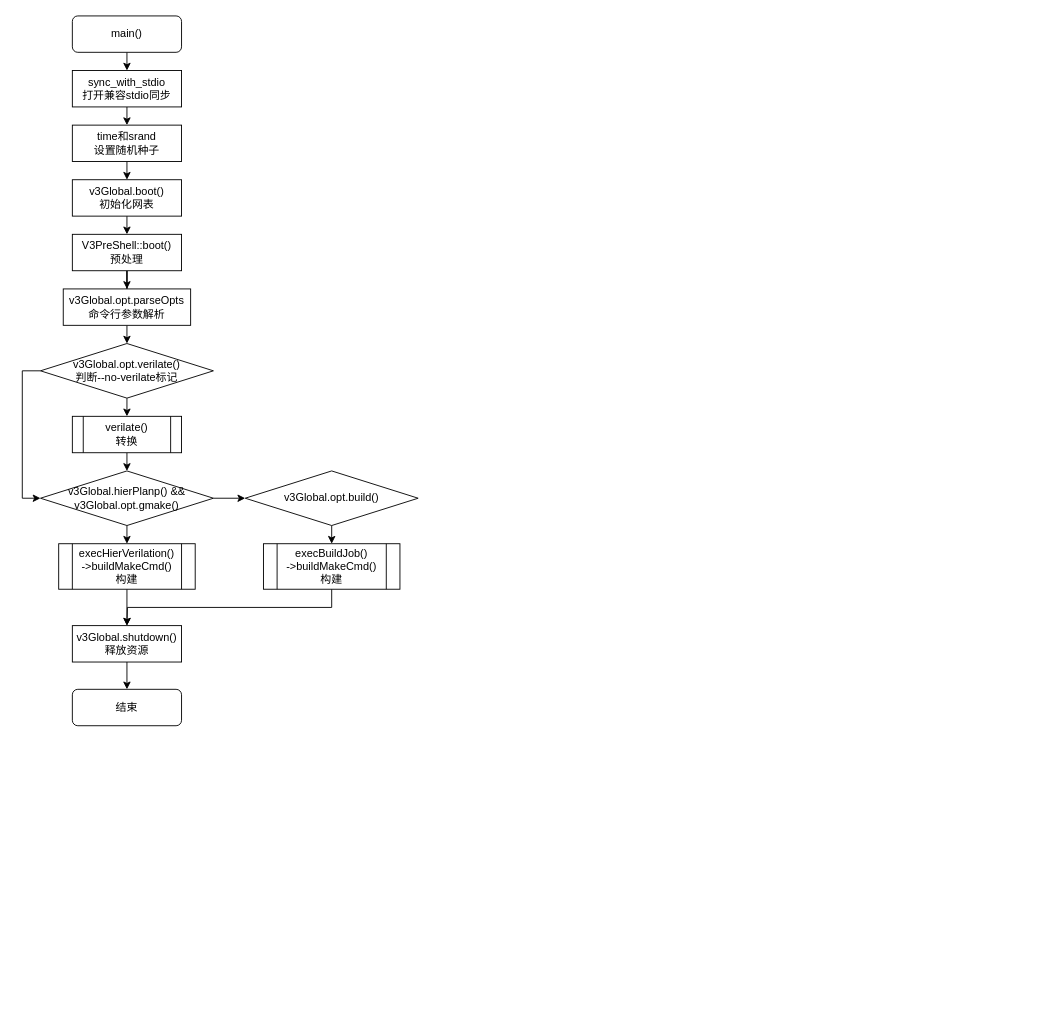
Earlier version of the draw.io diagram main().drawio (Dercury/CLDK). Source tidied: cells renumbered, new cells numbered last; positions are measured from the earlier drawing's top-left corner, leaving out a move shared by most shapes. Both pictures are drawn from the tidied source at 91%, with x=0, y=0 at pixel (40, 15).
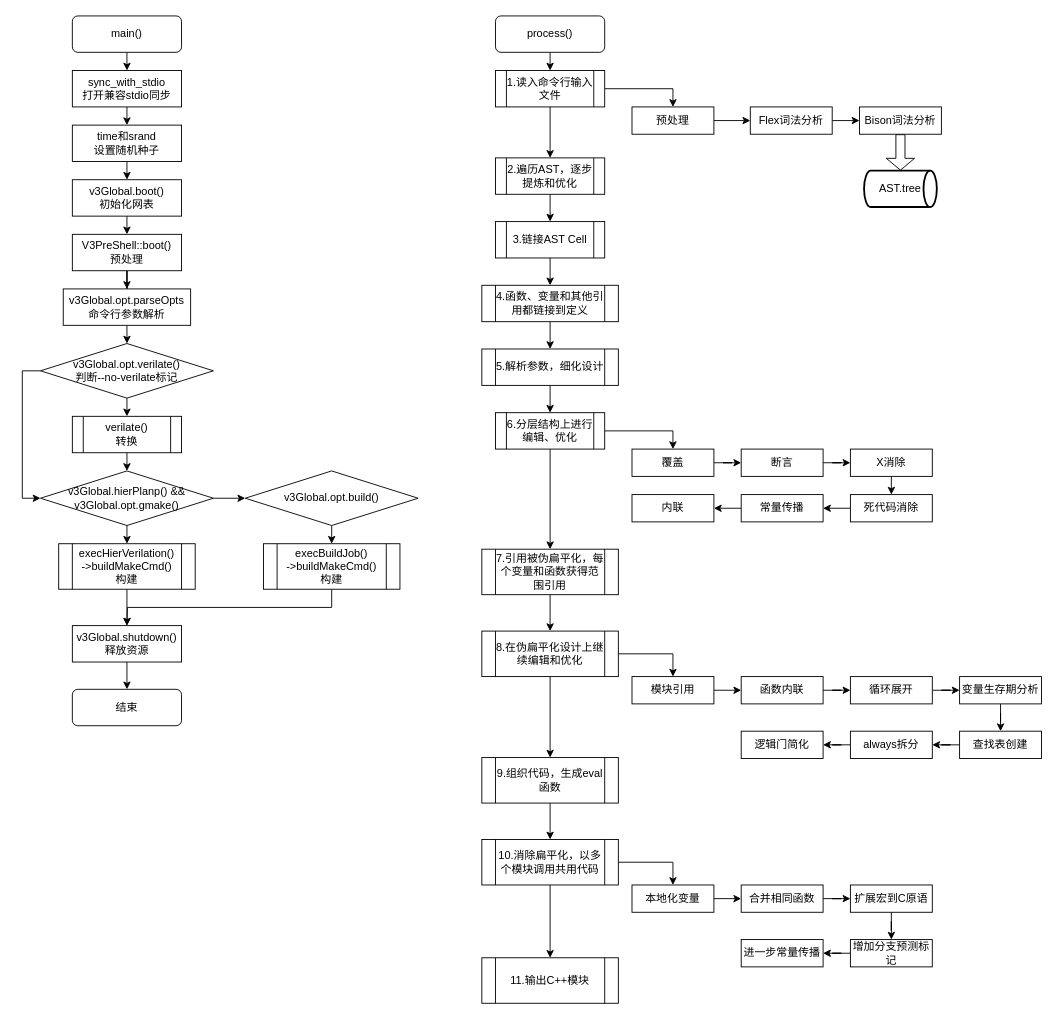
The same page after the edit.

Diff of the diagram source:
```diff
@@
+    <mxCell id="31" style="edgeStyle=orthogonalEdgeStyle;rounded=0;jettySize=auto;html=1;exitX=1;exitY=0.5;exitDx=0;exitDy=0;entryX=0.5;entryY=0;entryDx=0;entryDy=0;" parent="1" edge="1" source="39" target="33">
+      <mxGeometry relative="1" as="geometry" />
+    </mxCell>
+    <mxCell id="32" style="edgeStyle=orthogonalEdgeStyle;rounded=0;jettySize=auto;html=1;exitX=1;exitY=0.5;exitDx=0;exitDy=0;entryX=0;entryY=0.5;entryDx=0;entryDy=0;" parent="1" edge="1" source="33" target="35">
+      <mxGeometry relative="1" as="geometry" />
+    </mxCell>
+    <mxCell id="33" value="预处理" style="rounded=0;whiteSpace=wrap;html=1;" parent="1" vertex="1">
+      <mxGeometry x="650" y="100" width="90" height="30" as="geometry" />
+    </mxCell>
+    <mxCell id="34" style="edgeStyle=orthogonalEdgeStyle;rounded=0;jettySize=auto;html=1;exitX=1;exitY=0.5;exitDx=0;exitDy=0;entryX=0;entryY=0.5;entryDx=0;entryDy=0;" parent="1" edge="1" source="35" target="37">
+      <mxGeometry relative="1" as="geometry" />
+    </mxCell>
+    <mxCell id="35" value="Flex词法分析" style="rounded=0;whiteSpace=wrap;html=1;" parent="1" vertex="1">
+      <mxGeometry x="780" y="100" width="90" height="30" as="geometry" />
+    </mxCell>
+    <mxCell id="36" style="edgeStyle=orthogonalEdgeStyle;rounded=0;jettySize=auto;html=1;exitX=0.5;exitY=1;exitDx=0;exitDy=0;entryX=0.5;entryY=0;entryDx=0;entryDy=0;entryPerimeter=0;shape=flexArrow;endSize=4;startSize=4;strokeWidth=1;" parent="1" edge="1" source="37" target="40">
+      <mxGeometry relative="1" as="geometry" />
+    </mxCell>
+    <mxCell id="37" value="Bison词法分析" style="rounded=0;whiteSpace=wrap;html=1;" parent="1" vertex="1">
+      <mxGeometry x="900" y="100" width="90" height="30" as="geometry" />
+    </mxCell>
+    <mxCell id="38" style="edgeStyle=orthogonalEdgeStyle;rounded=0;jettySize=auto;html=1;exitX=0.5;exitY=1;exitDx=0;exitDy=0;strokeWidth=1;" parent="1" edge="1" source="39" target="42">
+      <mxGeometry relative="1" as="geometry" />
+    </mxCell>
+    <mxCell id="39" value="&lt;span&gt;1.读入命令行输入文件&lt;/span&gt;" style="shape=process;whiteSpace=wrap;html=1;backgroundOutline=1;" parent="1" vertex="1">
+      <mxGeometry x="500" y="60" width="120" height="40" as="geometry" />
+    </mxCell>
+    <mxCell id="40" value="AST.tree" style="strokeWidth=2;html=1;shape=mxgraph.flowchart.direct_data;whiteSpace=wrap;" parent="1" vertex="1">
+      <mxGeometry x="905" y="170" width="80" height="40" as="geometry" />
+    </mxCell>
+    <mxCell id="41" style="edgeStyle=orthogonalEdgeStyle;rounded=0;jettySize=auto;html=1;exitX=0.5;exitY=1;exitDx=0;exitDy=0;entryX=0.5;entryY=0;entryDx=0;entryDy=0;strokeWidth=1;" parent="1" edge="1" source="42" target="44">
+      <mxGeometry relative="1" as="geometry" />
+    </mxCell>
+    <mxCell id="42" value="&lt;span&gt;2.遍历AST，逐步提炼和优化&lt;/span&gt;" style="shape=process;whiteSpace=wrap;html=1;backgroundOutline=1;" parent="1" vertex="1">
+      <mxGeometry x="500" y="156" width="120" height="40" as="geometry" />
+    </mxCell>
+    <mxCell id="43" style="edgeStyle=orthogonalEdgeStyle;rounded=0;jettySize=auto;html=1;exitX=0.5;exitY=1;exitDx=0;exitDy=0;entryX=0.5;entryY=0;entryDx=0;entryDy=0;strokeWidth=1;" parent="1" edge="1" source="44" target="46">
+      <mxGeometry relative="1" as="geometry" />
+    </mxCell>
+    <mxCell id="44" value="&lt;span&gt;3.&lt;/span&gt;链接&lt;span&gt;AST Cell&lt;/span&gt;" style="shape=process;whiteSpace=wrap;html=1;backgroundOutline=1;" parent="1" vertex="1">
+      <mxGeometry x="500" y="226" width="120" height="40" as="geometry" />
+    </mxCell>
+    <mxCell id="45" style="edgeStyle=orthogonalEdgeStyle;rounded=0;jettySize=auto;html=1;exitX=0.5;exitY=1;exitDx=0;exitDy=0;entryX=0.5;entryY=0;entryDx=0;entryDy=0;strokeWidth=1;" parent="1" edge="1" source="46" target="50">
+      <mxGeometry relative="1" as="geometry" />
+    </mxCell>
+    <mxCell id="46" value="&lt;span&gt;4.函数、变量和其他引用都链接到定义&lt;/span&gt;" style="shape=process;whiteSpace=wrap;html=1;backgroundOutline=1;" parent="1" vertex="1">
+      <mxGeometry x="485" y="296" width="150" height="40" as="geometry" />
+    </mxCell>
+    <mxCell id="47" style="edgeStyle=orthogonalEdgeStyle;rounded=0;jettySize=auto;html=1;exitX=0.5;exitY=1;exitDx=0;exitDy=0;entryX=0.5;entryY=0;entryDx=0;entryDy=0;strokeWidth=1;" parent="1" edge="1" source="48" target="39">
+      <mxGeometry relative="1" as="geometry" />
+    </mxCell>
+    <mxCell id="48" value="process()" style="rounded=1;whiteSpace=wrap;html=1;fontSize=12;glass=0;strokeWidth=1;shadow=0;" parent="1" vertex="1">
+      <mxGeometry x="500" width="120" height="40" as="geometry" />
+    </mxCell>
+    <mxCell id="49" style="edgeStyle=orthogonalEdgeStyle;rounded=0;jettySize=auto;html=1;exitX=0.5;exitY=1;exitDx=0;exitDy=0;entryX=0.5;entryY=0;entryDx=0;entryDy=0;strokeWidth=1;" parent="1" edge="1" source="50" target="53">
+      <mxGeometry relative="1" as="geometry" />
+    </mxCell>
+    <mxCell id="50" value="&lt;span&gt;5.解析参数，细化设计&lt;/span&gt;" style="shape=process;whiteSpace=wrap;html=1;backgroundOutline=1;" parent="1" vertex="1">
+      <mxGeometry x="485" y="366" width="150" height="40" as="geometry" />
+    </mxCell>
+    <mxCell id="51" style="edgeStyle=orthogonalEdgeStyle;rounded=0;jettySize=auto;html=1;exitX=1;exitY=0.5;exitDx=0;exitDy=0;entryX=0.5;entryY=0;entryDx=0;entryDy=0;strokeWidth=1;" parent="1" edge="1" source="53" target="55">
+      <mxGeometry relative="1" as="geometry" />
+    </mxCell>
+    <mxCell id="52" style="edgeStyle=orthogonalEdgeStyle;rounded=0;jettySize=auto;html=1;exitX=0.5;exitY=1;exitDx=0;exitDy=0;entryX=0.5;entryY=0;entryDx=0;entryDy=0;strokeWidth=1;" parent="1" edge="1" source="53" target="66">
+      <mxGeometry relative="1" as="geometry" />
+    </mxCell>
+    <mxCell id="53" value="6.分层结构上进行编辑、优化" style="shape=process;whiteSpace=wrap;html=1;backgroundOutline=1;" parent="1" vertex="1">
+      <mxGeometry x="500" y="436" width="120" height="40" as="geometry" />
+    </mxCell>
+    <mxCell id="54" style="edgeStyle=orthogonalEdgeStyle;rounded=0;jettySize=auto;html=1;exitX=1;exitY=0.5;exitDx=0;exitDy=0;strokeWidth=1;" parent="1" edge="1" source="55" target="58">
+      <mxGeometry relative="1" as="geometry" />
+    </mxCell>
+    <mxCell id="55" value="覆盖" style="rounded=0;whiteSpace=wrap;html=1;" parent="1" vertex="1">
+      <mxGeometry x="650" y="476" width="90" height="30" as="geometry" />
+    </mxCell>
+    <mxCell id="56" value="内联" style="rounded=0;whiteSpace=wrap;html=1;" parent="1" vertex="1">
+      <mxGeometry x="650" y="526" width="90" height="30" as="geometry" />
+    </mxCell>
+    <mxCell id="57" style="edgeStyle=orthogonalEdgeStyle;rounded=0;jettySize=auto;html=1;exitX=1;exitY=0.5;exitDx=0;exitDy=0;strokeWidth=1;" parent="1" edge="1" source="58" target="62">
+      <mxGeometry relative="1" as="geometry" />
+    </mxCell>
+    <mxCell id="58" value="断言" style="rounded=0;whiteSpace=wrap;html=1;" parent="1" vertex="1">
+      <mxGeometry x="770" y="476" width="90" height="30" as="geometry" />
+    </mxCell>
+    <mxCell id="59" style="edgeStyle=orthogonalEdgeStyle;rounded=0;jettySize=auto;html=1;exitX=0;exitY=0.5;exitDx=0;exitDy=0;entryX=1;entryY=0.5;entryDx=0;entryDy=0;strokeWidth=1;" parent="1" edge="1" source="60" target="56">
+      <mxGeometry relative="1" as="geometry" />
+    </mxCell>
+    <mxCell id="60" value="常量传播" style="rounded=0;whiteSpace=wrap;html=1;" parent="1" vertex="1">
+      <mxGeometry x="770" y="526" width="90" height="30" as="geometry" />
+    </mxCell>
+    <mxCell id="61" style="edgeStyle=orthogonalEdgeStyle;rounded=0;jettySize=auto;html=1;exitX=0.5;exitY=1;exitDx=0;exitDy=0;entryX=0.5;entryY=0;entryDx=0;entryDy=0;strokeWidth=1;" parent="1" edge="1" source="62" target="64">
+      <mxGeometry relative="1" as="geometry" />
+    </mxCell>
+    <mxCell id="62" value="X消除" style="rounded=0;whiteSpace=wrap;html=1;" parent="1" vertex="1">
+      <mxGeometry x="890" y="476" width="90" height="30" as="geometry" />
+    </mxCell>
+    <mxCell id="63" style="edgeStyle=orthogonalEdgeStyle;rounded=0;jettySize=auto;html=1;exitX=0;exitY=0.5;exitDx=0;exitDy=0;entryX=1;entryY=0.5;entryDx=0;entryDy=0;strokeWidth=1;" parent="1" edge="1" source="64" target="60">
+      <mxGeometry relative="1" as="geometry" />
+    </mxCell>
+    <mxCell id="64" value="死代码消除" style="rounded=0;whiteSpace=wrap;html=1;" parent="1" vertex="1">
+      <mxGeometry x="890" y="526" width="90" height="30" as="geometry" />
+    </mxCell>
+    <mxCell id="65" style="edgeStyle=orthogonalEdgeStyle;rounded=0;jettySize=auto;html=1;strokeWidth=1;" parent="1" edge="1" source="66" target="69">
+      <mxGeometry relative="1" as="geometry" />
+    </mxCell>
+    <mxCell id="66" value="&lt;span&gt;7.引用被伪扁平化，每个变量和函数获得范围引用&lt;/span&gt;" style="shape=process;whiteSpace=wrap;html=1;backgroundOutline=1;" parent="1" vertex="1">
+      <mxGeometry x="485" y="586" width="150" height="50" as="geometry" />
+    </mxCell>
+    <mxCell id="67" style="edgeStyle=orthogonalEdgeStyle;rounded=0;jettySize=auto;html=1;exitX=1;exitY=0.5;exitDx=0;exitDy=0;entryX=0.5;entryY=0;entryDx=0;entryDy=0;strokeWidth=1;" parent="1" edge="1" source="69" target="71">
+      <mxGeometry relative="1" as="geometry" />
+    </mxCell>
+    <mxCell id="68" style="edgeStyle=orthogonalEdgeStyle;rounded=0;jettySize=auto;html=1;exitX=0.5;exitY=1;exitDx=0;exitDy=0;entryX=0.5;entryY=0;entryDx=0;entryDy=0;strokeWidth=1;" parent="1" edge="1" source="69" target="84">
+      <mxGeometry relative="1" as="geometry" />
+    </mxCell>
+    <mxCell id="69" value="&lt;span&gt;8.在伪扁平化设计上继续编辑和优化&lt;/span&gt;" style="shape=process;whiteSpace=wrap;html=1;backgroundOutline=1;" parent="1" vertex="1">
+      <mxGeometry x="485" y="676" width="150" height="50" as="geometry" />
+    </mxCell>
+    <mxCell id="70" style="edgeStyle=orthogonalEdgeStyle;rounded=0;jettySize=auto;html=1;exitX=1;exitY=0.5;exitDx=0;exitDy=0;entryX=0;entryY=0.5;entryDx=0;entryDy=0;strokeWidth=1;" parent="1" edge="1" source="71" target="73">
+      <mxGeometry relative="1" as="geometry" />
+    </mxCell>
+    <mxCell id="71" value="模块引用" style="rounded=0;whiteSpace=wrap;html=1;" parent="1" vertex="1">
+      <mxGeometry x="650" y="726" width="90" height="30" as="geometry" />
+    </mxCell>
+    <mxCell id="72" style="edgeStyle=orthogonalEdgeStyle;rounded=0;jettySize=auto;html=1;exitX=1;exitY=0.5;exitDx=0;exitDy=0;strokeWidth=1;" parent="1" edge="1" source="73" target="75">
+      <mxGeometry relative="1" as="geometry" />
+    </mxCell>
+    <mxCell id="73" value="函数内联" style="rounded=0;whiteSpace=wrap;html=1;" parent="1" vertex="1">
+      <mxGeometry x="770" y="726" width="90" height="30" as="geometry" />
+    </mxCell>
+    <mxCell id="74" style="edgeStyle=orthogonalEdgeStyle;rounded=0;jettySize=auto;html=1;strokeWidth=1;" parent="1" edge="1" source="75" target="77">
+      <mxGeometry relative="1" as="geometry" />
+    </mxCell>
+    <mxCell id="75" value="循环展开" style="rounded=0;whiteSpace=wrap;html=1;" parent="1" vertex="1">
+      <mxGeometry x="890" y="726" width="90" height="30" as="geometry" />
+    </mxCell>
+    <mxCell id="76" style="edgeStyle=orthogonalEdgeStyle;rounded=0;jettySize=auto;html=1;strokeWidth=1;" parent="1" edge="1" source="77" target="79">
+      <mxGeometry relative="1" as="geometry" />
+    </mxCell>
+    <mxCell id="77" value="变量生存期分析" style="rounded=0;whiteSpace=wrap;html=1;" parent="1" vertex="1">
+      <mxGeometry x="1010" y="726" width="90" height="30" as="geometry" />
+    </mxCell>
+    <mxCell id="78" style="edgeStyle=orthogonalEdgeStyle;rounded=0;jettySize=auto;html=1;strokeWidth=1;" parent="1" edge="1" source="79" target="81">
+      <mxGeometry relative="1" as="geometry" />
+    </mxCell>
+    <mxCell id="79" value="查找表创建" style="rounded=0;whiteSpace=wrap;html=1;" parent="1" vertex="1">
+      <mxGeometry x="1010" y="786" width="90" height="30" as="geometry" />
+    </mxCell>
+    <mxCell id="80" style="edgeStyle=orthogonalEdgeStyle;rounded=0;jettySize=auto;html=1;strokeWidth=1;" parent="1" edge="1" source="81" target="82">
+      <mxGeometry relative="1" as="geometry" />
+    </mxCell>
+    <mxCell id="81" value="always拆分" style="rounded=0;whiteSpace=wrap;html=1;" parent="1" vertex="1">
+      <mxGeometry x="890" y="786" width="90" height="30" as="geometry" />
+    </mxCell>
+    <mxCell id="82" value="逻辑门简化" style="rounded=0;whiteSpace=wrap;html=1;" parent="1" vertex="1">
+      <mxGeometry x="770" y="786" width="90" height="30" as="geometry" />
+    </mxCell>
+    <mxCell id="83" style="edgeStyle=orthogonalEdgeStyle;rounded=0;jettySize=auto;html=1;exitX=0.5;exitY=1;exitDx=0;exitDy=0;entryX=0.5;entryY=0;entryDx=0;entryDy=0;strokeWidth=1;" parent="1" edge="1" source="84" target="87">
+      <mxGeometry relative="1" as="geometry" />
+    </mxCell>
+    <mxCell id="84" value="&lt;span&gt;9.组织代码，生成eval函数&lt;/span&gt;" style="shape=process;whiteSpace=wrap;html=1;backgroundOutline=1;" parent="1" vertex="1">
+      <mxGeometry x="485" y="815" width="150" height="50" as="geometry" />
+    </mxCell>
+    <mxCell id="85" style="edgeStyle=orthogonalEdgeStyle;rounded=0;jettySize=auto;html=1;exitX=0.5;exitY=1;exitDx=0;exitDy=0;entryX=0.5;entryY=0;entryDx=0;entryDy=0;strokeWidth=1;" parent="1" edge="1" source="87" target="88">
+      <mxGeometry relative="1" as="geometry" />
+    </mxCell>
+    <mxCell id="86" style="edgeStyle=orthogonalEdgeStyle;rounded=0;jettySize=auto;html=1;exitX=1;exitY=0.5;exitDx=0;exitDy=0;entryX=0.5;entryY=0;entryDx=0;entryDy=0;strokeWidth=1;" parent="1" edge="1" source="87" target="90">
+      <mxGeometry relative="1" as="geometry" />
+    </mxCell>
+    <mxCell id="87" value="&lt;span&gt;10.消除扁平化，以多个模块调用共用代码&lt;/span&gt;" style="shape=process;whiteSpace=wrap;html=1;backgroundOutline=1;" parent="1" vertex="1">
+      <mxGeometry x="485" y="905" width="150" height="50" as="geometry" />
+    </mxCell>
+    <mxCell id="88" value="&lt;span&gt;11.输出C++模块&lt;/span&gt;" style="shape=process;whiteSpace=wrap;html=1;backgroundOutline=1;" parent="1" vertex="1">
+      <mxGeometry x="485" y="1035" width="150" height="50" as="geometry" />
+    </mxCell>
+    <mxCell id="89" style="edgeStyle=orthogonalEdgeStyle;rounded=0;jettySize=auto;html=1;exitX=1;exitY=0.5;exitDx=0;exitDy=0;entryX=0;entryY=0.5;entryDx=0;entryDy=0;strokeWidth=1;" parent="1" edge="1" source="90" target="92">
+      <mxGeometry relative="1" as="geometry" />
+    </mxCell>
+    <mxCell id="90" value="本地化变量" style="rounded=0;whiteSpace=wrap;html=1;" parent="1" vertex="1">
+      <mxGeometry x="650" y="955" width="90" height="30" as="geometry" />
+    </mxCell>
+    <mxCell id="91" style="edgeStyle=orthogonalEdgeStyle;rounded=0;jettySize=auto;html=1;strokeWidth=1;" parent="1" edge="1" source="92" target="94">
+      <mxGeometry relative="1" as="geometry" />
+    </mxCell>
+    <mxCell id="92" value="合并相同函数" style="rounded=0;whiteSpace=wrap;html=1;" parent="1" vertex="1">
+      <mxGeometry x="770" y="955" width="90" height="30" as="geometry" />
+    </mxCell>
+    <mxCell id="93" style="edgeStyle=orthogonalEdgeStyle;rounded=0;jettySize=auto;html=1;strokeWidth=1;" parent="1" edge="1" source="94" target="96">
+      <mxGeometry relative="1" as="geometry" />
+    </mxCell>
+    <mxCell id="94" value="扩展宏到C原语" style="rounded=0;whiteSpace=wrap;html=1;" parent="1" vertex="1">
+      <mxGeometry x="890" y="955" width="90" height="30" as="geometry" />
+    </mxCell>
+    <mxCell id="95" style="edgeStyle=orthogonalEdgeStyle;rounded=0;jettySize=auto;html=1;strokeWidth=1;" parent="1" edge="1" source="96" target="97">
+      <mxGeometry relative="1" as="geometry" />
+    </mxCell>
+    <mxCell id="96" value="增加分支预测标记" style="rounded=0;whiteSpace=wrap;html=1;" parent="1" vertex="1">
+      <mxGeometry x="890" y="1015" width="90" height="30" as="geometry" />
+    </mxCell>
+    <mxCell id="97" value="进一步常量传播" style="rounded=0;whiteSpace=wrap;html=1;" parent="1" vertex="1">
+      <mxGeometry x="770" y="1015" width="90" height="30" as="geometry" />
+    </mxCell>
```
